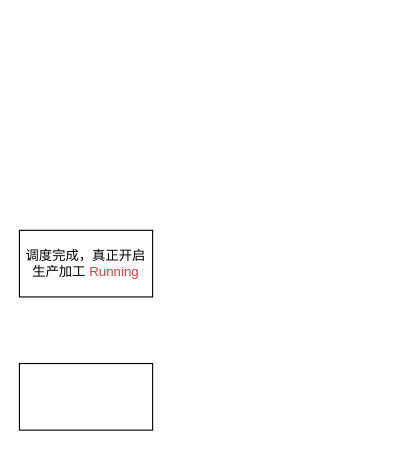
Before: page "巡检" (2 of 2) of 首检流程.drawio in sstlin/os-shell, a draw.io diagram. Source tidied: cells renumbered, new cells numbered last; positions are measured from the earlier drawing's top-left corner, leaving out a move shared by most shapes. Both pictures are drawn from the tidied source at 111%, with x=0, y=0 at pixel (19, 230).
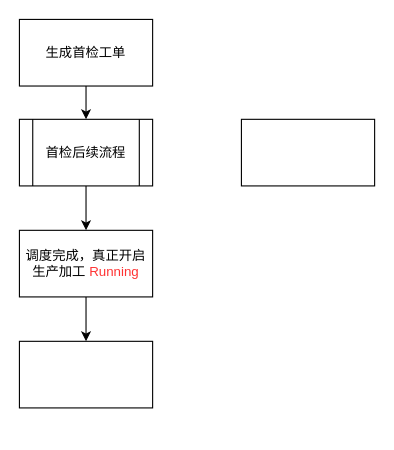
The same diagram, later.

Change to the diagram source:
```diff
@@
 <mxGraphModel>
   <root>
     <mxCell id="0" />
     <mxCell id="1" parent="0" />
+    <mxCell id="4" style="edgeStyle=orthogonalEdgeStyle;rounded=0;jettySize=auto;html=1;exitX=0.5;exitY=1;exitDx=0;exitDy=0;entryX=0.5;entryY=0;entryDx=0;entryDy=0;" parent="1" edge="1" source="2" target="3">
+      <mxGeometry relative="1" as="geometry" />
+    </mxCell>
     <mxCell id="2" value="调度完成，真正开启生产加工 &lt;font color=&quot;#ff3333&quot;&gt;Running&lt;/font&gt;" style="whiteSpace=wrap;html=1;rounded=0;" parent="1" vertex="1">
       <mxGeometry width="120" height="60" as="geometry" />
     </mxCell>
     <mxCell id="3" style="rounded=0;whiteSpace=wrap;html=1;" parent="1" vertex="1">
-      <mxGeometry y="120" width="120" height="60" as="geometry" />
+      <mxGeometry y="100" width="120" height="60" as="geometry" />
     </mxCell>
+    <mxCell id="5" style="edgeStyle=orthogonalEdgeStyle;rounded=0;jettySize=auto;html=1;exitX=0.5;exitY=1;exitDx=0;exitDy=0;entryX=0.5;entryY=0;entryDx=0;entryDy=0;" parent="1" edge="1" source="6" target="8">
+      <mxGeometry relative="1" as="geometry" />
+    </mxCell>
+    <mxCell id="6" value="生成首检工单" style="rounded=0;whiteSpace=wrap;html=1;" parent="1" vertex="1">
+      <mxGeometry y="-190" width="120" height="60" as="geometry" />
+    </mxCell>
+    <mxCell id="7" style="edgeStyle=orthogonalEdgeStyle;rounded=0;jettySize=auto;html=1;exitX=0.5;exitY=1;exitDx=0;exitDy=0;entryX=0.5;entryY=0;entryDx=0;entryDy=0;" parent="1" edge="1" source="8" target="2">
+      <mxGeometry relative="1" as="geometry" />
+    </mxCell>
+    <mxCell id="8" value="首检后续流程" style="shape=process;whiteSpace=wrap;html=1;backgroundOutline=1;" parent="1" vertex="1">
+      <mxGeometry y="-100" width="120" height="60" as="geometry" />
+    </mxCell>
+    <mxCell id="9" style="rounded=0;whiteSpace=wrap;html=1;" parent="1" vertex="1">
+      <mxGeometry x="200" y="-100" width="120" height="60" as="geometry" />
+    </mxCell>
   </root>
 </mxGraphModel>
```
